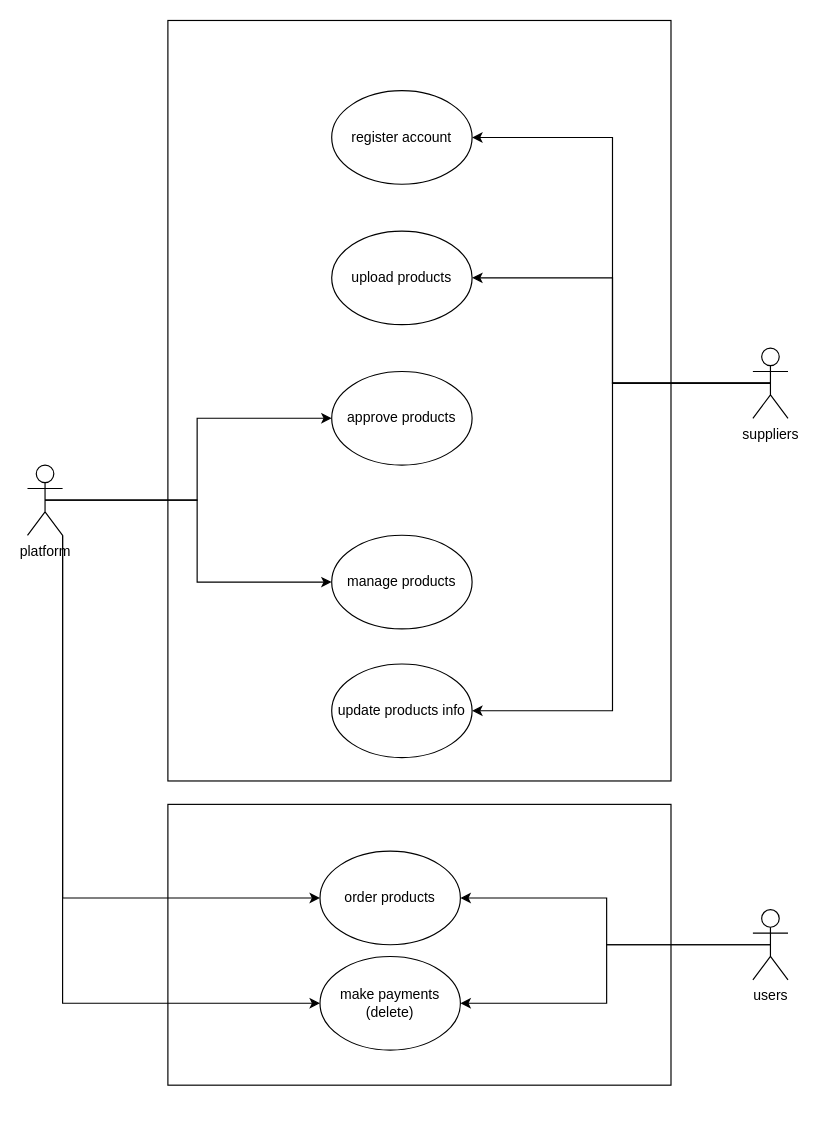
Before: page "Use Case" (1 of 7) of 1 System Analysis Diagram/Use Case_PlatformSuppliers.drawio in CHAITANYA510/QuickMall-eCommerce, a draw.io diagram. Source tidied: cells renumbered, new cells numbered last; positions are measured from the earlier drawing's top-left corner, leaving out a move shared by most shapes. Both pictures are drawn from the tidied source at 117%, with x=0, y=0 at pixel (27, 20).
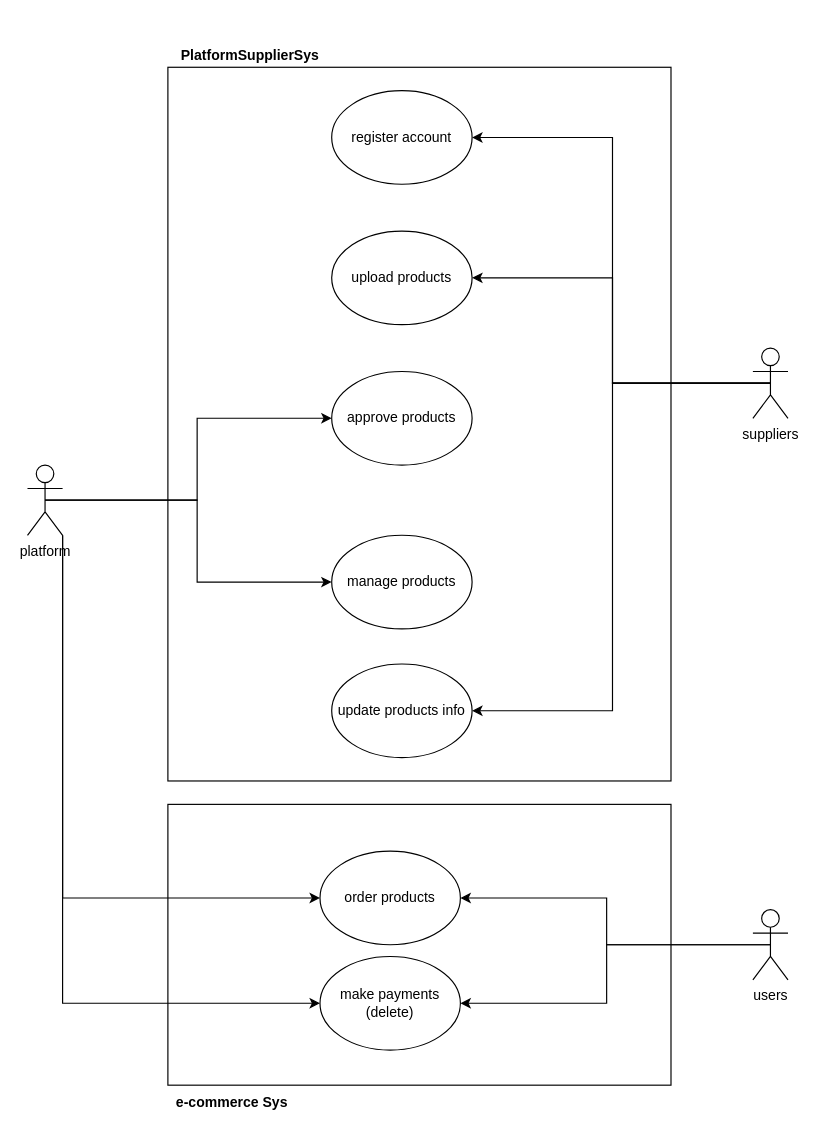
The same diagram, later.

Change to the diagram source:
```diff
@@
     <mxCell id="3" style="rounded=0;whiteSpace=wrap;html=1;" parent="1" vertex="1">
-      <mxGeometry x="120" width="430" height="650" as="geometry" />
+      <mxGeometry x="120" y="40" width="430" height="610" as="geometry" />
     </mxCell>
@@
+    <mxCell id="23" value="PlatformSupplierSys" style="text;html=1;align=center;verticalAlign=middle;strokeColor=none;fillColor=none;fontStyle=1;" parent="1" vertex="1">
+      <mxGeometry x="120" y="15" width="140" height="30" as="geometry" />
+    </mxCell>
+    <mxCell id="24" value="e-commerce Sys" style="text;html=1;strokeColor=none;fillColor=none;align=center;verticalAlign=middle;whiteSpace=wrap;rounded=0;fontStyle=1;" parent="1" vertex="1">
+      <mxGeometry x="120" y="910" width="110" height="30" as="geometry" />
+    </mxCell>
```
